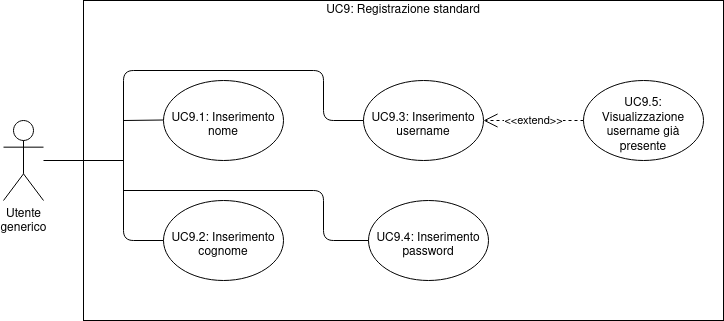
Above: Images/AnalisiRequisiti/UC09.png in techsweave/TechSWEaveDocumentation (draw.io), before the change. Source tidied: cells renumbered, new cells last; positions are measured from the earlier drawing's top-left corner, leaving out a move shared by most shapes.
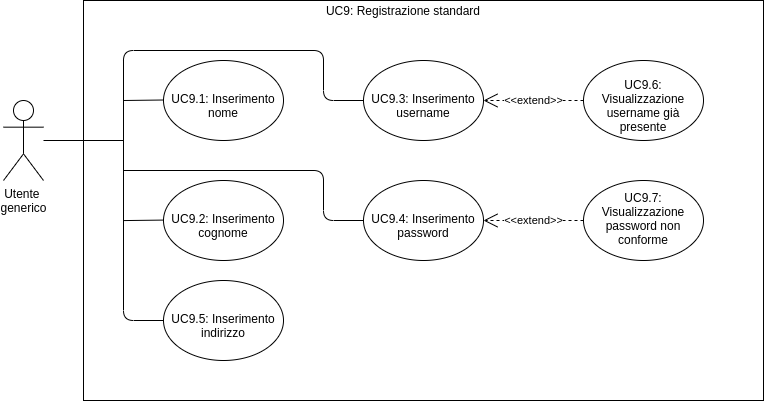
After the commit.

Diff of the diagram source:
```diff
@@ -3,7 +3,7 @@
     <mxCell id="0" />
     <mxCell id="1" parent="0" />
     <mxCell id="2" style="rounded=0;whiteSpace=wrap;html=1;fillColor=none;" parent="1" vertex="1">
-      <mxGeometry x="80" width="640" height="320" as="geometry" />
+      <mxGeometry x="80" y="20" width="680" height="400" as="geometry" />
     </mxCell>
     <mxCell id="3" style="edgeStyle=orthogonalEdgeStyle;rounded=0;jettySize=auto;html=1;entryX=0;entryY=0.5;entryDx=0;entryDy=0;strokeColor=none;" parent="1" edge="1" source="4" target="5">
       <mxGeometry relative="1" as="geometry" />
@@ -23,10 +23,10 @@
         <mxPoint x="120" y="160" as="targetPoint" />
       </mxGeometry>
     </mxCell>
-    <mxCell id="8" style="endArrow=none;html=1;exitX=0;exitY=0.5;exitDx=0;exitDy=0;entryX=0;entryY=0.5;entryDx=0;entryDy=0;" parent="1" edge="1" source="6" target="9">
+    <mxCell id="8" style="endArrow=none;html=1;exitX=0;exitY=0.5;exitDx=0;exitDy=0;entryX=0;entryY=0.5;entryDx=0;entryDy=0;" parent="1" edge="1" source="18" target="9">
       <mxGeometry relative="1" as="geometry">
         <Array as="points">
-          <mxPoint x="120" y="240" />
+          <mxPoint x="120" y="340" />
           <mxPoint x="120" y="70" />
           <mxPoint x="320" y="70" />
           <mxPoint x="320" y="120" />
@@ -37,7 +37,7 @@
       <mxGeometry x="360" y="80" width="120" height="80" as="geometry" />
     </mxCell>
     <mxCell id="10" value="UC9.4: Inserimento password" style="ellipse;whiteSpace=wrap;html=1;spacingTop=10;fillColor=none;" parent="1" vertex="1">
-      <mxGeometry x="365" y="200" width="120" height="80" as="geometry" />
+      <mxGeometry x="360" y="200" width="120" height="80" as="geometry" />
     </mxCell>
     <mxCell id="11" style="endArrow=none;html=1;" parent="1" edge="1">
       <mxGeometry relative="1" as="geometry">
@@ -54,14 +54,31 @@
         </Array>
       </mxGeometry>
     </mxCell>
-    <mxCell id="13" value="&lt;div&gt;&lt;span&gt;UC9.5: Visualizzazione username già presente&lt;/span&gt;&lt;/div&gt;" style="ellipse;whiteSpace=wrap;html=1;spacingTop=10;fillColor=none;align=center;" parent="1" vertex="1">
+    <mxCell id="13" value="&lt;div&gt;&lt;span&gt;UC9.6: Visualizzazione username già presente&lt;/span&gt;&lt;/div&gt;" style="ellipse;whiteSpace=wrap;html=1;spacingTop=10;fillColor=none;align=center;" parent="1" vertex="1">
       <mxGeometry x="580" y="80" width="120" height="80" as="geometry" />
     </mxCell>
     <mxCell id="14" value="&amp;lt;&amp;lt;extend&amp;gt;&amp;gt;" style="endArrow=open;endSize=12;dashed=1;html=1;exitX=0;exitY=0.5;exitDx=0;exitDy=0;entryX=1;entryY=0.5;entryDx=0;entryDy=0;" parent="1" edge="1" source="13" target="9">
       <mxGeometry relative="1" as="geometry" />
     </mxCell>
     <mxCell id="15" value="UC9: Registrazione standard" style="text;html=1;strokeColor=none;fillColor=none;align=center;verticalAlign=middle;whiteSpace=wrap;rounded=0;" parent="1" vertex="1">
-      <mxGeometry x="315" width="170" height="20" as="geometry" />
+      <mxGeometry x="315" y="20" width="170" height="20" as="geometry" />
     </mxCell>
+    <mxCell id="16" value="&lt;div&gt;&lt;span&gt;UC9.7: Visualizzazione password non conforme&lt;/span&gt;&lt;/div&gt;&lt;div&gt;&lt;span&gt;&lt;br&gt;&lt;/span&gt;&lt;/div&gt;" style="ellipse;whiteSpace=wrap;html=1;spacingTop=10;fillColor=none;align=center;" parent="1" vertex="1">
+      <mxGeometry x="580" y="200" width="120" height="80" as="geometry" />
+    </mxCell>
+    <mxCell id="17" value="&amp;lt;&amp;lt;extend&amp;gt;&amp;gt;" style="endArrow=open;endSize=12;dashed=1;html=1;exitX=0;exitY=0.5;exitDx=0;exitDy=0;entryX=1;entryY=0.5;entryDx=0;entryDy=0;" parent="1" edge="1" source="16">
+      <mxGeometry relative="1" as="geometry">
+        <mxPoint x="480" y="240" as="targetPoint" />
+      </mxGeometry>
+    </mxCell>
+    <mxCell id="18" value="UC9.5: Inserimento indirizzo" style="ellipse;whiteSpace=wrap;html=1;spacingTop=10;fillColor=none;" parent="1" vertex="1">
+      <mxGeometry x="160" y="300" width="120" height="80" as="geometry" />
+    </mxCell>
+    <mxCell id="19" style="endArrow=none;html=1;" parent="1" edge="1">
+      <mxGeometry relative="1" as="geometry">
+        <mxPoint x="120" y="240.1" as="sourcePoint" />
+        <mxPoint x="160" y="239.6" as="targetPoint" />
+      </mxGeometry>
+    </mxCell>
   </root>
 </mxGraphModel>
```
